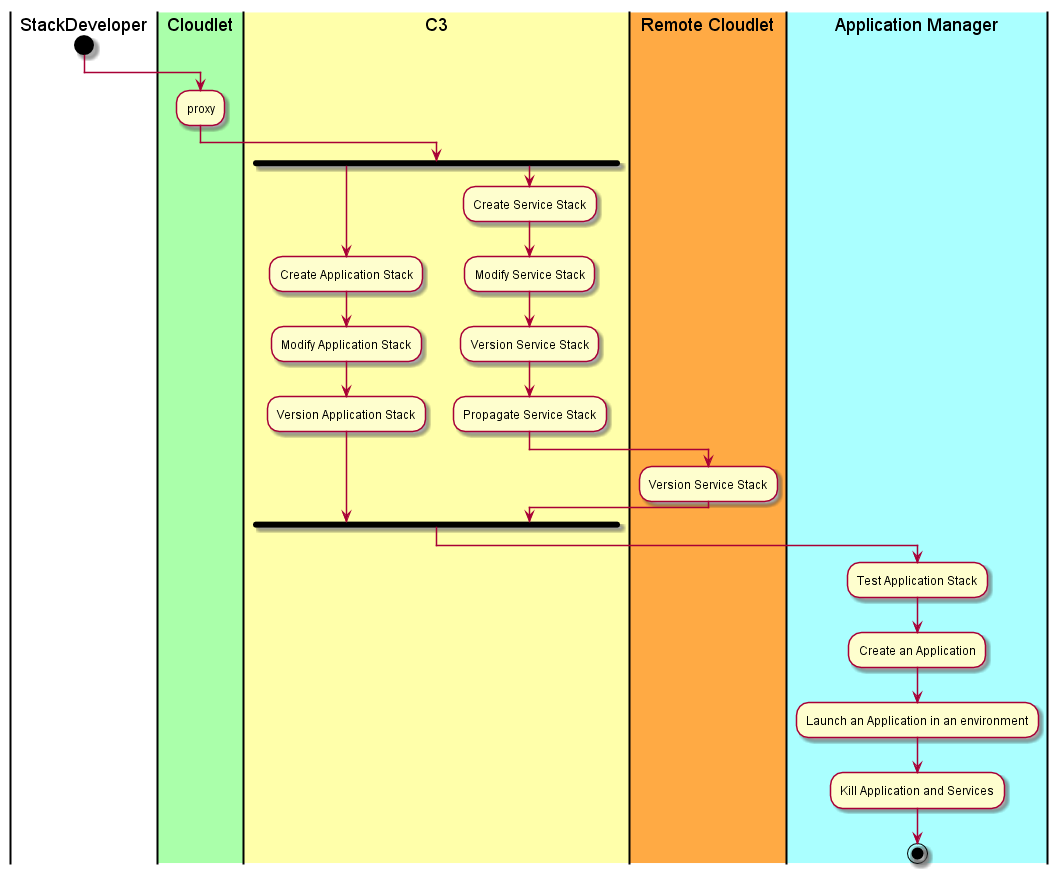
This is docs/Actors/Stack-Developer/Workflow.png from CAADE/CloudLet, a PlantUML export, as it was before one commit. Source of this version:
```plantuml
@startuml
|StackDeveloper|
start
|#aaffaa|Cloudlet|
:proxy;
|#ffffaa|C3|
fork
:Create Application Stack;
:Modify Application Stack;
:Version Application Stack;
fork again
:Create Service Stack;
:Modify Service Stack;
:Version Service Stack;
:Propagate Service Stack;
|#ffaa44|Remote Cloudlet|
:Version Service Stack;
fork end
|#aaffff|Application Manager|
:Test Application Stack;
:Create an Application;
:Launch an Application in an environment;
:Kill Application and Services;
stop
@enduml
```
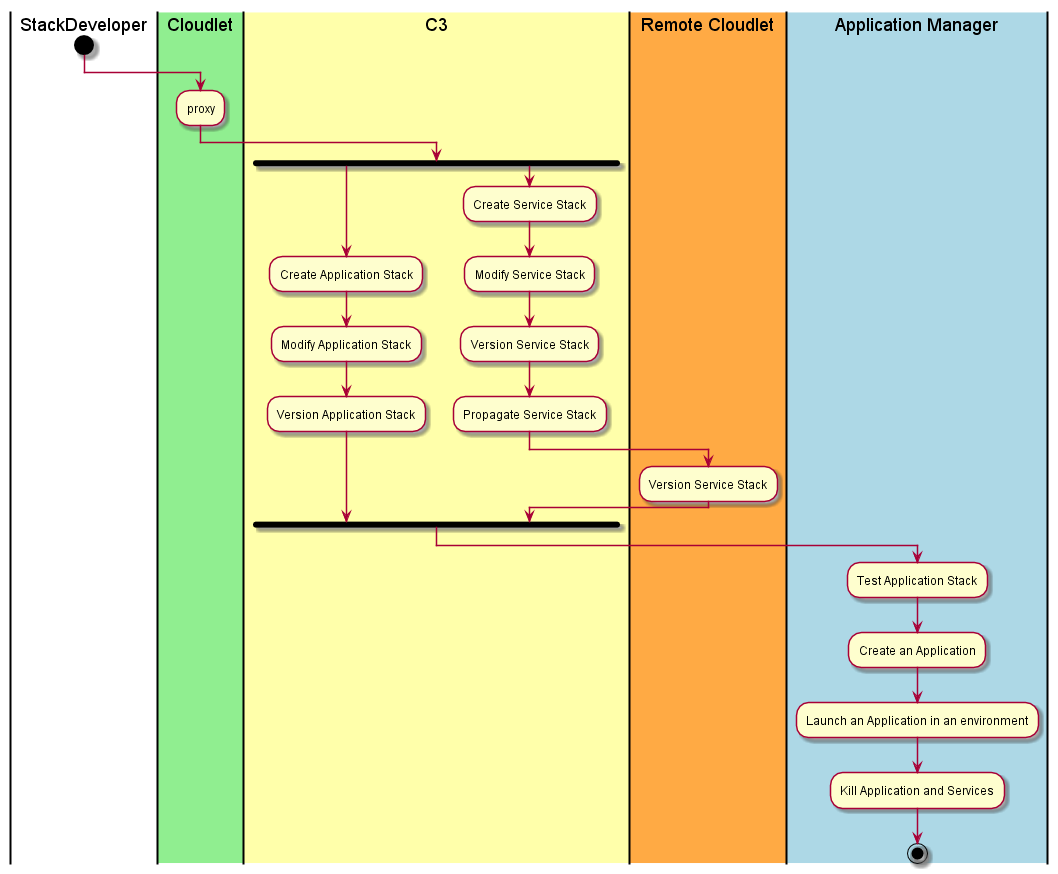
After the change.

What changed in the source:
```diff
@@ -1,7 +1,7 @@
 @startuml
 |StackDeveloper|
 start
-|#aaffaa|Cloudlet|
+|#lightgreen|Cloudlet|
 :proxy;
 |#ffffaa|C3|
 fork
@@ -16,7 +16,7 @@
 |#ffaa44|Remote Cloudlet|
 :Version Service Stack;
 fork end
-|#aaffff|Application Manager|
+|#lightblue|Application Manager|
 :Test Application Stack;
 :Create an Application;
 :Launch an Application in an environment;
```
